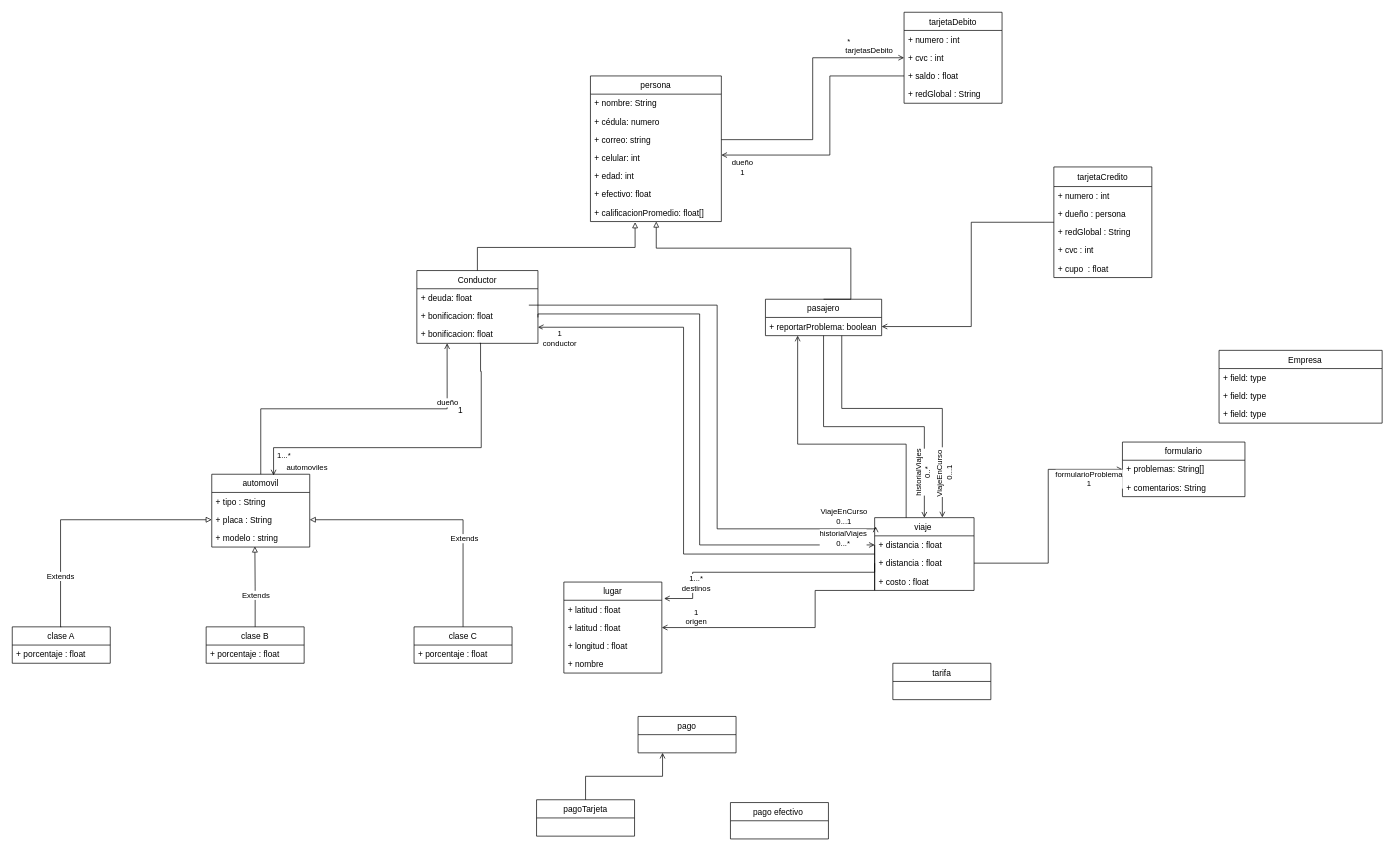
Earlier version of the draw.io diagram Untitled Diagram.drawio (DPOO2022-1-SEC04-G08/Taller2). Source tidied: cells renumbered, new cells numbered last; positions are measured from the earlier drawing's top-left corner, leaving out a move shared by most shapes. Both pictures are drawn from the tidied source at 70%, with x=0, y=0 at pixel (12, 12).
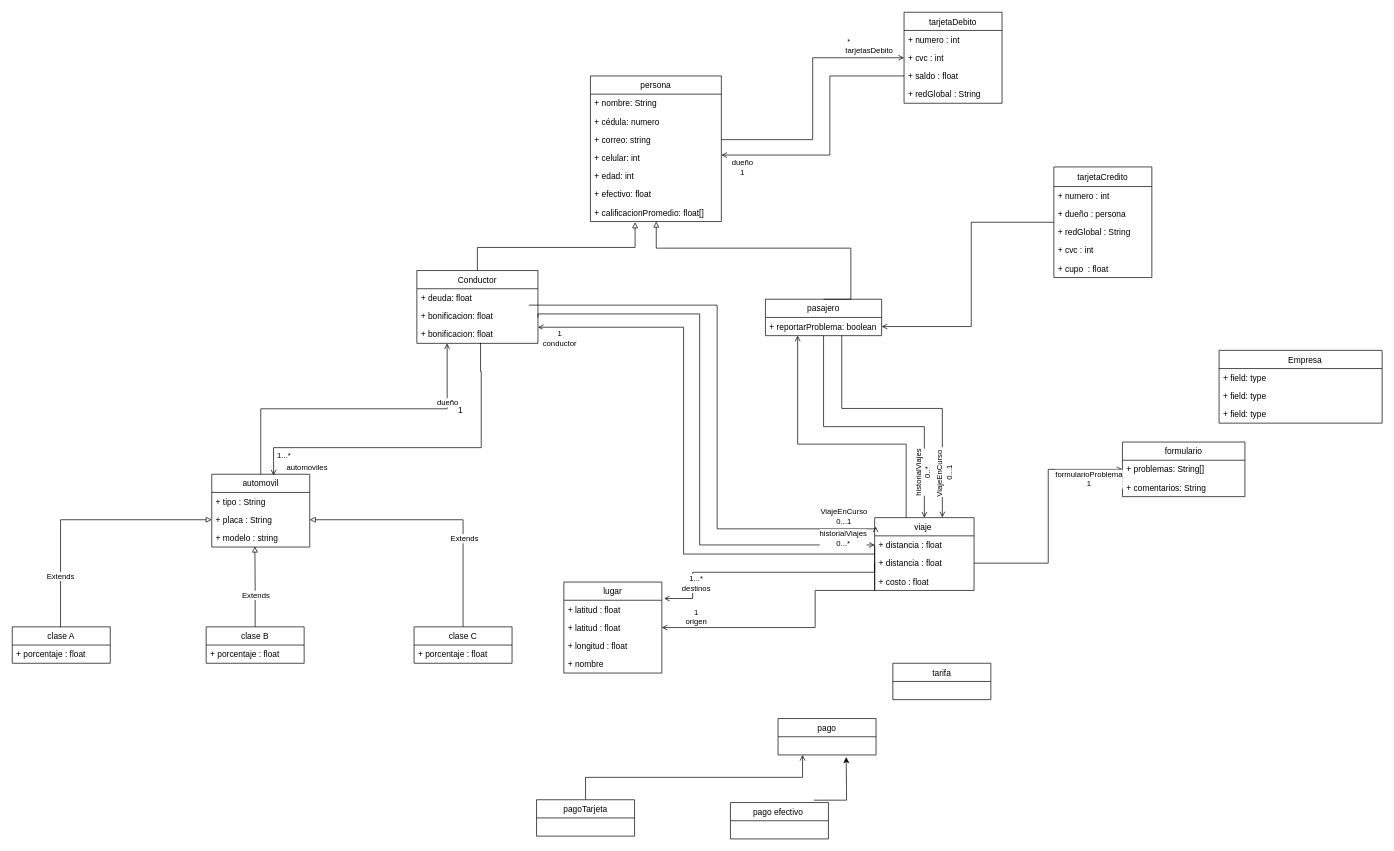
The same page after the edit.

Unchanged cells that the change refers to:
```xml
<mxCell id="92" value="pago efectivo " style="swimlane;fontStyle=0;horizontal=1;startSize=26;fillColor=none;" parent="1" vertex="1">
  <mxGeometry x="1026" y="1129" width="140" height="52" as="geometry" />
</mxCell>
```

The edit, as a diff of the source:
```diff
@@
     <mxCell id="46" value="pago" style="swimlane;fontStyle=0;horizontal=1;startSize=26;fillColor=none;" parent="1" vertex="1">
-      <mxGeometry x="894" y="1006" width="140" height="52" as="geometry" />
+      <mxGeometry x="1094" y="1009" width="140" height="52" as="geometry" />
     </mxCell>
@@
+    <mxCell id="97" style="edgeStyle=orthogonalEdgeStyle;rounded=0;jettySize=auto;html=1;exitX=0.85;exitY=-0.065;exitDx=0;exitDy=0;exitPerimeter=0;" parent="1" edge="1" source="92">
+      <mxGeometry relative="1" as="geometry">
+        <mxPoint x="1191.4" y="1064" as="targetPoint" />
+      </mxGeometry>
+    </mxCell>
```
